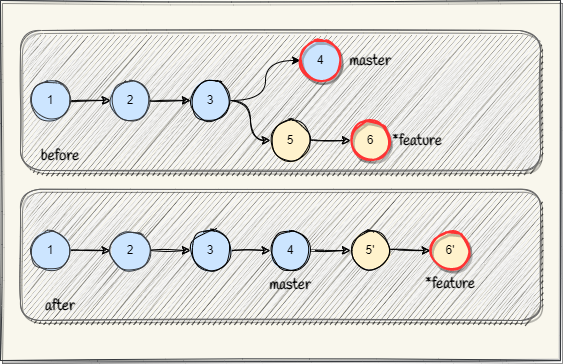
Earlier version of the draw.io export Assets/images/git-merge-rebase.png (braboj/tutorial-git). Source tidied: cells renumbered, new cells last; positions are measured from the earlier drawing's top-left corner, leaving out a move shared by most shapes.
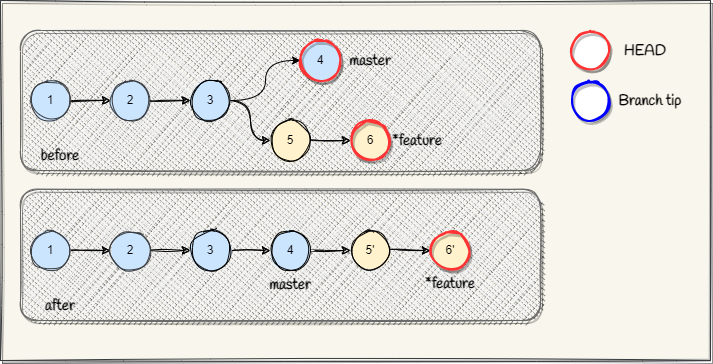
After the commit.

Change to the diagram source:
```diff
@@ -3,12 +3,12 @@
     <mxCell id="0" />
     <mxCell id="1" parent="0" />
     <mxCell id="2" style="rounded=0;whiteSpace=wrap;html=1;sketch=1;fillStyle=solid;fontFamily=Lucida Console;strokeColor=#36393d;fillColor=#f9f7ed;shadow=1;" parent="1" vertex="1">
-      <mxGeometry width="560" height="360" as="geometry" />
+      <mxGeometry width="710" height="360" as="geometry" />
     </mxCell>
-    <mxCell id="3" style="rounded=1;whiteSpace=wrap;html=1;sketch=1;fillStyle=zigzag;fillColor=#f5f5f5;fontColor=#333333;strokeColor=#666666;shadow=1;" parent="1" vertex="1">
+    <mxCell id="3" style="rounded=1;whiteSpace=wrap;html=1;sketch=1;fillStyle=cross-hatch;fillColor=#f5f5f5;fontColor=#333333;strokeColor=#666666;shadow=1;" parent="1" vertex="1">
       <mxGeometry x="20" y="188.8" width="520" height="131.2" as="geometry" />
     </mxCell>
-    <mxCell id="4" style="rounded=1;whiteSpace=wrap;html=1;sketch=1;fillStyle=zigzag;fillColor=#f5f5f5;fontColor=#333333;strokeColor=#666666;shadow=1;" parent="1" vertex="1">
+    <mxCell id="4" style="rounded=1;whiteSpace=wrap;html=1;sketch=1;fillStyle=cross-hatch;fillColor=#f5f5f5;fontColor=#333333;strokeColor=#666666;shadow=1;" parent="1" vertex="1">
       <mxGeometry x="20" y="30" width="520" height="140" as="geometry" />
     </mxCell>
     <mxCell id="5" style="edgeStyle=orthogonalEdgeStyle;rounded=0;jettySize=auto;html=1;entryX=0;entryY=0.5;entryDx=0;entryDy=0;sketch=1;curved=1;" parent="1" edge="1" source="6" target="8">
@@ -95,5 +95,17 @@
     <mxCell id="32" value="4" style="ellipse;whiteSpace=wrap;html=1;sketch=1;rounded=0;fillColor=#cce5ff;strokeColor=#000000;fillStyle=solid;strokeWidth=1;shadow=0;" parent="1" vertex="1">
       <mxGeometry x="270" y="230" width="40" height="40" as="geometry" />
     </mxCell>
+    <mxCell id="33" style="ellipse;whiteSpace=wrap;html=1;sketch=1;rounded=0;fillStyle=solid;strokeWidth=2;shadow=1;fontFamily=Handlee;fontSource=https%3A%2F%2Ffonts.googleapis.com%2Fcss%3Ffamily%3DHandlee;fontSize=15;fontStyle=1;strokeColor=#FF3333;" parent="1" vertex="1">
+      <mxGeometry x="570" y="30" width="40" height="40" as="geometry" />
+    </mxCell>
+    <mxCell id="34" style="ellipse;whiteSpace=wrap;html=1;sketch=1;rounded=0;fillStyle=solid;strokeWidth=2;shadow=1;fontFamily=Handlee;fontSource=https%3A%2F%2Ffonts.googleapis.com%2Fcss%3Ffamily%3DHandlee;fontSize=15;fontStyle=1;strokeColor=#0000FF;" parent="1" vertex="1">
+      <mxGeometry x="570" y="80" width="40" height="40" as="geometry" />
+    </mxCell>
+    <mxCell id="35" value="HEAD" style="text;html=1;strokeColor=none;fillColor=none;align=center;verticalAlign=middle;whiteSpace=wrap;rounded=0;fontFamily=Handlee;fontSource=https%3A%2F%2Ffonts.googleapis.com%2Fcss%3Ffamily%3DHandlee;fontSize=15;fontStyle=1;" parent="1" vertex="1">
+      <mxGeometry x="610" y="35" width="70" height="30" as="geometry" />
+    </mxCell>
+    <mxCell id="36" value="Branch tip" style="text;html=1;strokeColor=none;fillColor=none;align=center;verticalAlign=middle;whiteSpace=wrap;rounded=0;fontFamily=Handlee;fontSource=https%3A%2F%2Ffonts.googleapis.com%2Fcss%3Ffamily%3DHandlee;fontSize=15;fontStyle=1;" parent="1" vertex="1">
+      <mxGeometry x="610" y="85" width="80" height="30" as="geometry" />
+    </mxCell>
   </root>
 </mxGraphModel>
```
